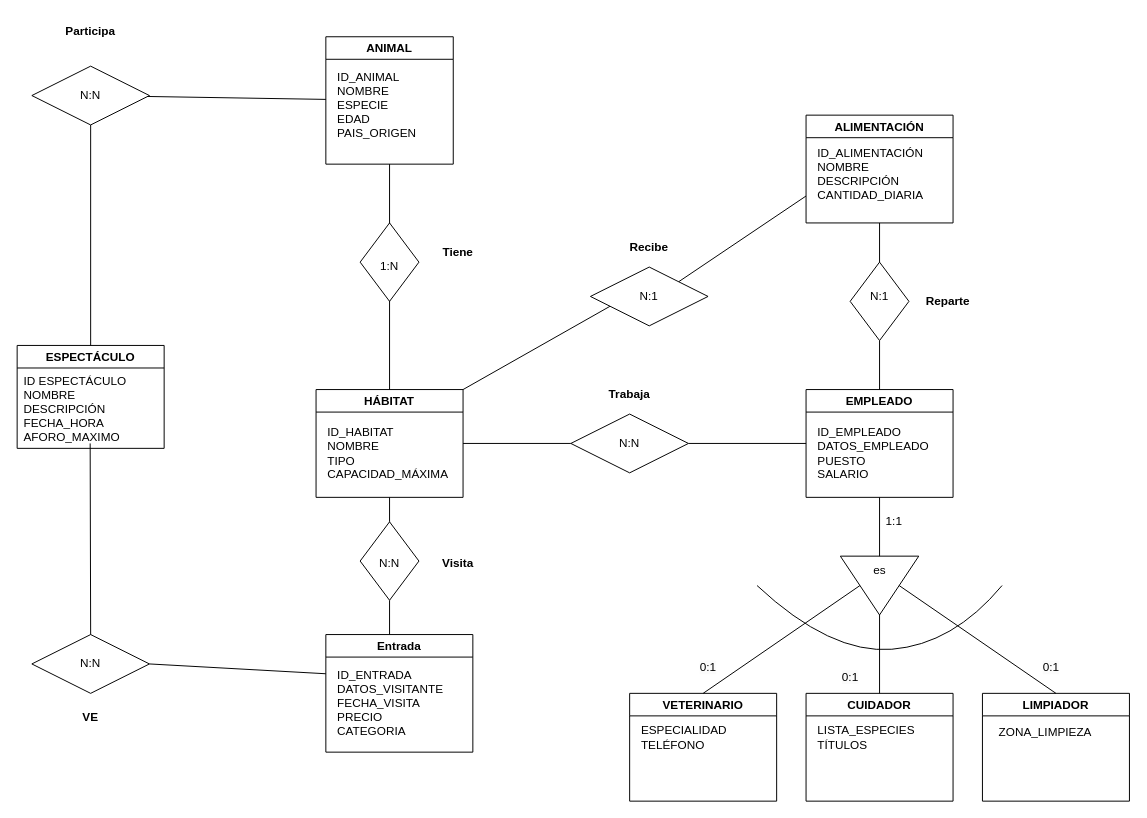
Albamunru/2223-BBDD-NoSQL keeps this draw.io diagram as Modelo/ZooDiagramaEntidad-Relacion.drawio. Above is the earlier version. Source tidied: cells renumbered, new cells numbered last; positions are measured from the earlier drawing's top-left corner, leaving out a move shared by most shapes. Both pictures are drawn from the tidied source at 98%, with x=0, y=0 at pixel (17, 17).
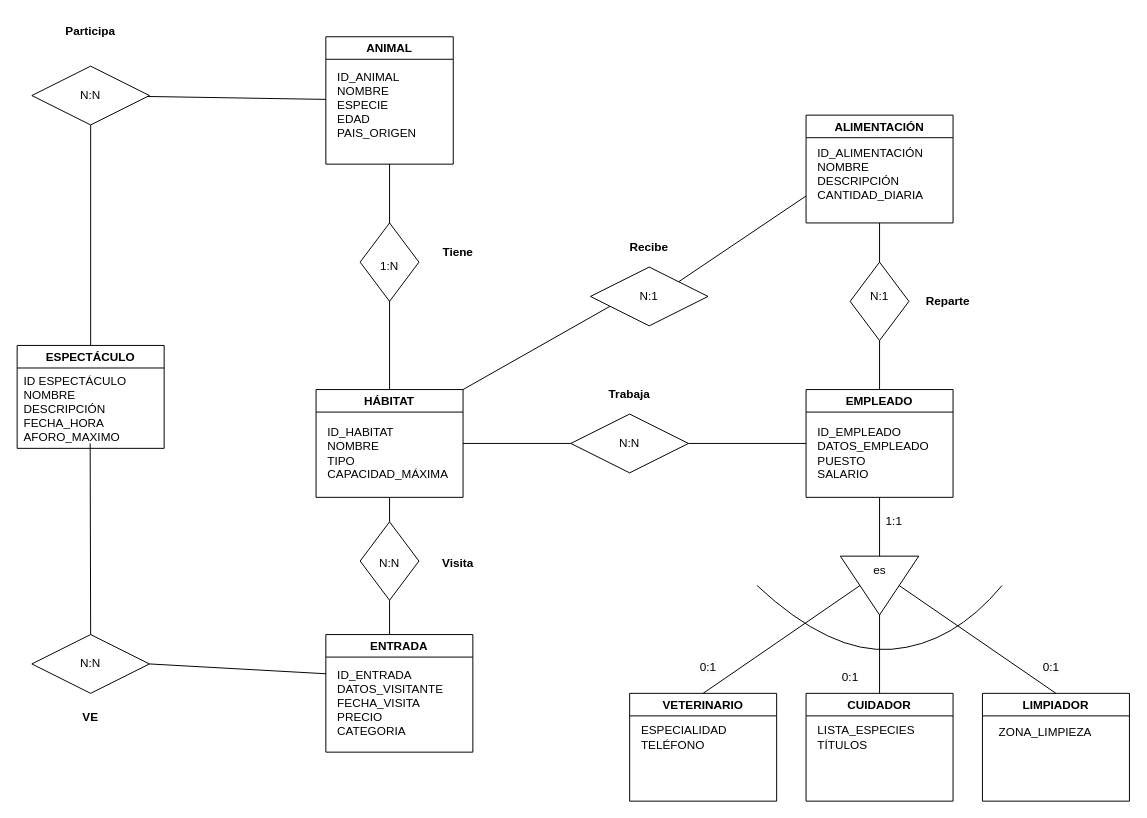
Above is the later version.

What changed in the source:
```diff
@@
-    <mxCell id="55" value="Entrada" style="swimlane;" parent="1" vertex="1">
+    <mxCell id="55" value="ENTRADA" style="swimlane;" parent="1" vertex="1">
       <mxGeometry x="315" y="630" width="150" height="120" as="geometry" />
     </mxCell>
```
